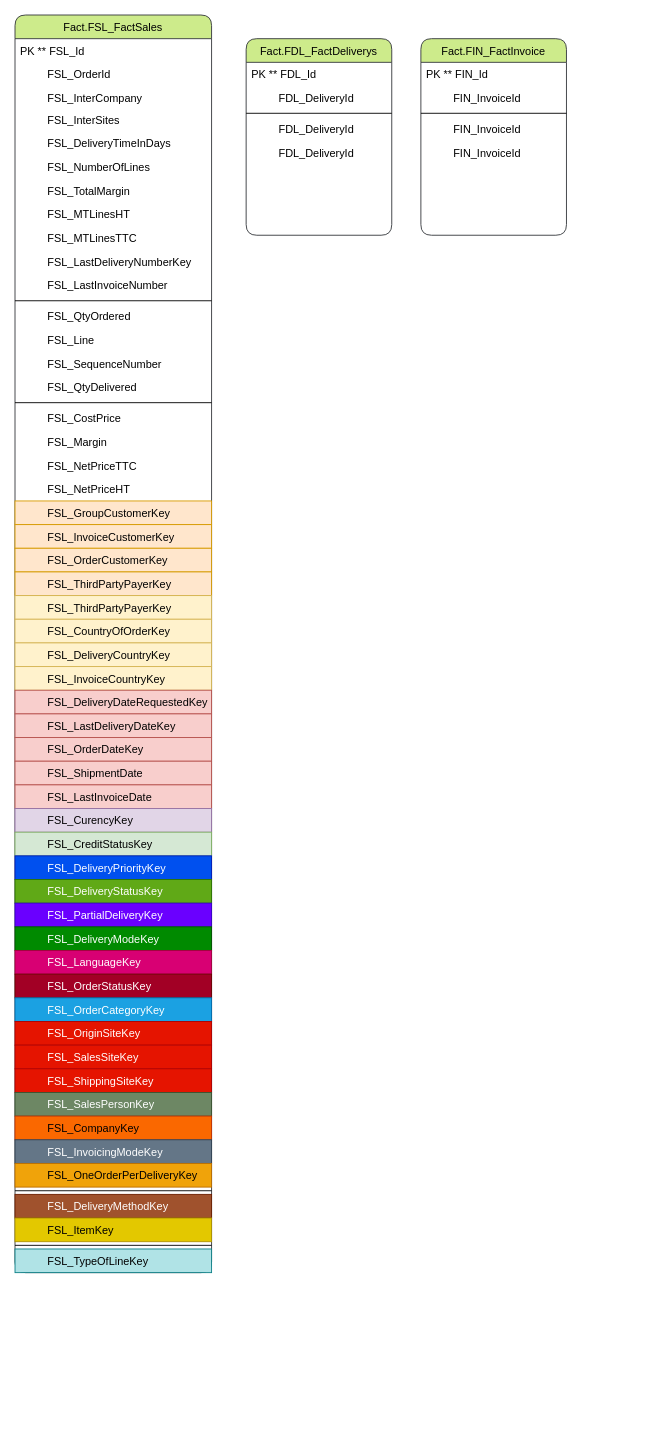
The draw.io diagram Diagramme sans nom.drawio in BorchaniMohamed/BI_PROJECT_PFE, before the edit. Source tidied: cells renumbered, new cells numbered last; positions are measured from the earlier drawing's top-left corner, leaving out a move shared by most shapes. Both pictures are drawn from the tidied source at 91%, with x=0, y=0 at pixel (15, 15).
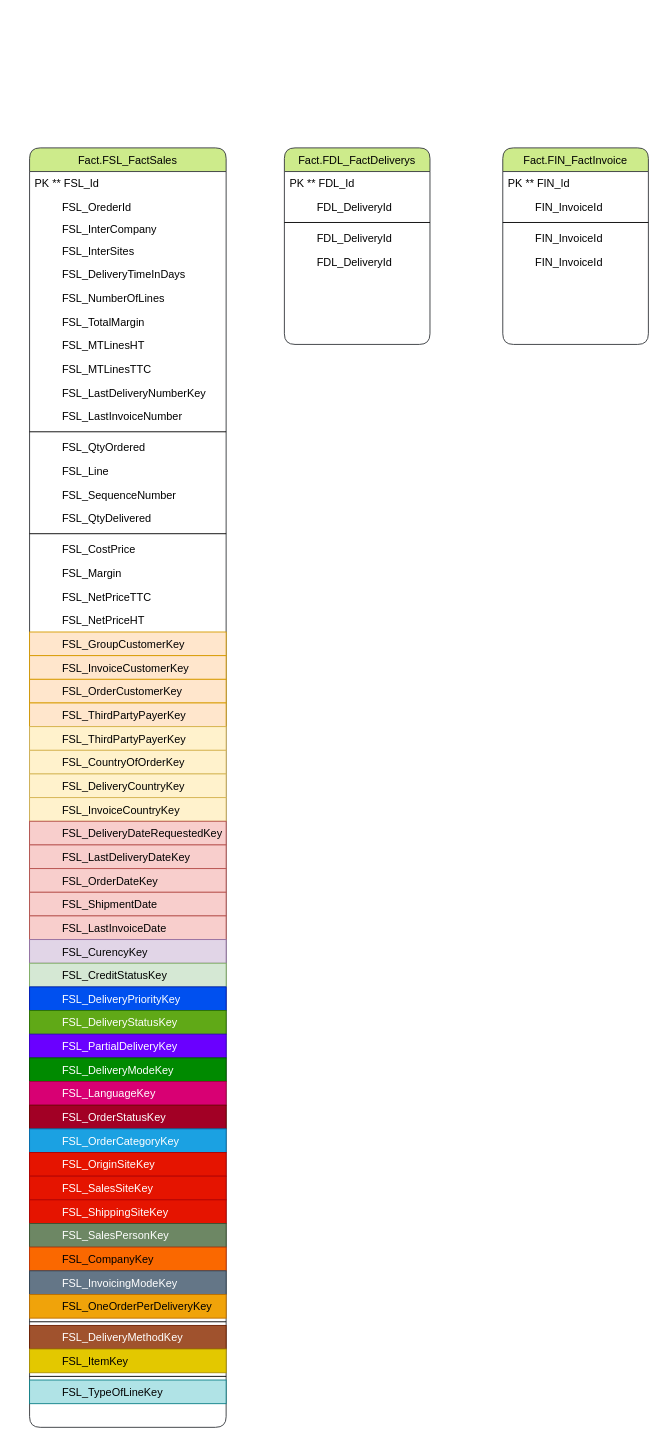
The same diagram, later.

Commit message (it also covers changes not shown here):
Mettre à jour Diagramme sans nom.drawio

What changed in the source:
```diff
@@
     <mxCell id="2" value="Fact.FDL_FactDeliverys" style="swimlane;fontStyle=0;align=center;verticalAlign=top;horizontal=1;startSize=26;rounded=1;shadow=0;strokeWidth=1;fillColor=#cdeb8b;strokeColor=#36393d;" parent="1" vertex="1">
-      <mxGeometry x="254" y="26" width="160" height="216" as="geometry" />
+      <mxGeometry x="296" y="146" width="160" height="216" as="geometry" />
     </mxCell>
@@
     <mxCell id="8" value="Fact.FIN_FactInvoice" style="swimlane;fontStyle=0;align=center;verticalAlign=top;horizontal=1;startSize=26;rounded=1;shadow=0;strokeWidth=1;fillColor=#cdeb8b;strokeColor=#36393d;" parent="1" vertex="1">
-      <mxGeometry x="446" y="26" width="160" height="216" as="geometry" />
+      <mxGeometry x="536" y="146" width="160" height="216" as="geometry" />
     </mxCell>
@@
     <mxCell id="14" value="Fact.FSL_FactSales" style="swimlane;fontStyle=0;align=center;verticalAlign=top;horizontal=1;startSize=26;rounded=1;shadow=0;strokeWidth=1;fillStyle=auto;fillColor=#cdeb8b;strokeColor=#36393d;" parent="1" vertex="1">
-      <mxGeometry width="216" height="1382" as="geometry" />
+      <mxGeometry x="16" y="146" width="216" height="1406" as="geometry" />
     </mxCell>
@@
-    <mxCell id="16" value="         FSL_OrderId" style="text;align=left;verticalAlign=top;spacingLeft=4;spacingRight=4;overflow=hidden;rounded=0;shadow=0;html=0;" parent="14" vertex="1">
-      <mxGeometry y="52" width="216" height="26" as="geometry" />
-    </mxCell>
+    <mxCell id="70" value="         FSL_OrederId" style="text;align=left;verticalAlign=top;spacingLeft=4;spacingRight=4;overflow=hidden;rounded=0;shadow=0;html=0;" parent="14" vertex="1">
+      <mxGeometry y="52" width="216" height="24" as="geometry" />
+    </mxCell>
     <mxCell id="17" value="         FSL_InterCompany" style="text;align=left;verticalAlign=top;spacingLeft=4;spacingRight=4;overflow=hidden;rounded=0;shadow=0;html=0;" parent="14" vertex="1">
-      <mxGeometry y="78" width="216" height="24" as="geometry" />
+      <mxGeometry y="76" width="216" height="24" as="geometry" />
     </mxCell>
     <mxCell id="18" value="         FSL_InterSites" style="text;align=left;verticalAlign=top;spacingLeft=4;spacingRight=4;overflow=hidden;rounded=0;shadow=0;html=0;" parent="14" vertex="1">
-      <mxGeometry y="102" width="216" height="26" as="geometry" />
+      <mxGeometry y="100" width="216" height="26" as="geometry" />
     </mxCell>
     <mxCell id="19" value="         FSL_DeliveryTimeInDays" style="text;align=left;verticalAlign=top;spacingLeft=4;spacingRight=4;overflow=hidden;rounded=0;shadow=0;html=0;" parent="14" vertex="1">
-      <mxGeometry y="128" width="216" height="26" as="geometry" />
+      <mxGeometry y="126" width="216" height="26" as="geometry" />
     </mxCell>
     <mxCell id="20" value="         FSL_NumberOfLines" style="text;align=left;verticalAlign=top;spacingLeft=4;spacingRight=4;overflow=hidden;rounded=0;shadow=0;html=0;" parent="14" vertex="1">
-      <mxGeometry y="154" width="216" height="26" as="geometry" />
+      <mxGeometry y="152" width="216" height="26" as="geometry" />
     </mxCell>
     <mxCell id="21" value="         FSL_TotalMargin" style="text;align=left;verticalAlign=top;spacingLeft=4;spacingRight=4;overflow=hidden;rounded=0;shadow=0;html=0;" parent="14" vertex="1">
-      <mxGeometry y="180" width="216" height="26" as="geometry" />
+      <mxGeometry y="178" width="216" height="26" as="geometry" />
     </mxCell>
     <mxCell id="22" value="         FSL_MTLinesHT" style="text;align=left;verticalAlign=top;spacingLeft=4;spacingRight=4;overflow=hidden;rounded=0;shadow=0;html=0;" parent="14" vertex="1">
-      <mxGeometry y="206" width="216" height="26" as="geometry" />
+      <mxGeometry y="204" width="216" height="26" as="geometry" />
     </mxCell>
     <mxCell id="23" value="         FSL_MTLinesTTC" style="text;align=left;verticalAlign=top;spacingLeft=4;spacingRight=4;overflow=hidden;rounded=0;shadow=0;html=0;" parent="14" vertex="1">
-      <mxGeometry y="232" width="216" height="26" as="geometry" />
+      <mxGeometry y="230" width="216" height="26" as="geometry" />
     </mxCell>
     <mxCell id="24" value="         FSL_LastDeliveryNumberKey" style="text;align=left;verticalAlign=top;spacingLeft=4;spacingRight=4;overflow=hidden;rounded=0;shadow=0;html=0;" parent="14" vertex="1">
-      <mxGeometry y="258" width="216" height="26" as="geometry" />
+      <mxGeometry y="256" width="216" height="26" as="geometry" />
     </mxCell>
     <mxCell id="25" value="         FSL_LastInvoiceNumber" style="text;align=left;verticalAlign=top;spacingLeft=4;spacingRight=4;overflow=hidden;rounded=0;shadow=0;html=0;" parent="14" vertex="1">
-      <mxGeometry y="284" width="216" height="26" as="geometry" />
+      <mxGeometry y="282" width="216" height="26" as="geometry" />
     </mxCell>
     <mxCell id="26" style="line;html=1;strokeWidth=1;align=left;verticalAlign=middle;spacingTop=-1;spacingLeft=3;spacingRight=3;labelPosition=right;" parent="14" vertex="1">
-      <mxGeometry y="310" width="216" height="8" as="geometry" />
+      <mxGeometry y="308" width="216" height="8" as="geometry" />
     </mxCell>
     <mxCell id="27" value="         FSL_QtyOrdered " style="text;align=left;verticalAlign=top;spacingLeft=4;spacingRight=4;overflow=hidden;rounded=0;shadow=0;html=0;" parent="14" vertex="1">
-      <mxGeometry y="318" width="216" height="26" as="geometry" />
+      <mxGeometry y="316" width="216" height="26" as="geometry" />
     </mxCell>
     <mxCell id="28" value="         FSL_Line " style="text;align=left;verticalAlign=top;spacingLeft=4;spacingRight=4;overflow=hidden;rounded=0;shadow=0;html=0;" parent="14" vertex="1">
-      <mxGeometry y="344" width="216" height="26" as="geometry" />
+      <mxGeometry y="342" width="216" height="26" as="geometry" />
     </mxCell>
     <mxCell id="29" value="         FSL_SequenceNumber " style="text;align=left;verticalAlign=top;spacingLeft=4;spacingRight=4;overflow=hidden;rounded=0;shadow=0;html=0;" parent="14" vertex="1">
-      <mxGeometry y="370" width="216" height="26" as="geometry" />
+      <mxGeometry y="368" width="216" height="26" as="geometry" />
     </mxCell>
     <mxCell id="30" value="         FSL_QtyDelivered " style="text;align=left;verticalAlign=top;spacingLeft=4;spacingRight=4;overflow=hidden;rounded=0;shadow=0;html=0;" parent="14" vertex="1">
-      <mxGeometry y="396" width="216" height="26" as="geometry" />
+      <mxGeometry y="394" width="216" height="26" as="geometry" />
     </mxCell>
     <mxCell id="31" style="line;html=1;strokeWidth=1;align=left;verticalAlign=middle;spacingTop=-1;spacingLeft=3;spacingRight=3;labelPosition=right;" parent="14" vertex="1">
-      <mxGeometry y="422" width="216" height="8" as="geometry" />
+      <mxGeometry y="420" width="216" height="8" as="geometry" />
     </mxCell>
     <mxCell id="32" value="         FSL_CostPrice " style="text;align=left;verticalAlign=top;spacingLeft=4;spacingRight=4;overflow=hidden;rounded=0;shadow=0;html=0;" parent="14" vertex="1">
-      <mxGeometry y="430" width="216" height="26" as="geometry" />
+      <mxGeometry y="428" width="216" height="26" as="geometry" />
     </mxCell>
     <mxCell id="33" value="         FSL_Margin" style="text;align=left;verticalAlign=top;spacingLeft=4;spacingRight=4;overflow=hidden;rounded=0;shadow=0;html=0;" parent="14" vertex="1">
-      <mxGeometry y="456" width="216" height="26" as="geometry" />
+      <mxGeometry y="454" width="216" height="26" as="geometry" />
     </mxCell>
     <mxCell id="34" value="         FSL_NetPriceTTC " style="text;align=left;verticalAlign=top;spacingLeft=4;spacingRight=4;overflow=hidden;rounded=0;shadow=0;html=0;" parent="14" vertex="1">
-      <mxGeometry y="482" width="216" height="26" as="geometry" />
+      <mxGeometry y="480" width="216" height="26" as="geometry" />
     </mxCell>
     <mxCell id="35" value="         FSL_NetPriceHT " style="text;align=left;verticalAlign=top;spacingLeft=4;spacingRight=4;overflow=hidden;rounded=0;shadow=0;html=0;" parent="14" vertex="1">
-      <mxGeometry y="508" width="216" height="26" as="geometry" />
+      <mxGeometry y="506" width="216" height="26" as="geometry" />
     </mxCell>
     <mxCell id="36" value="         FSL_GroupCustomerKey" style="text;align=left;verticalAlign=top;spacingLeft=4;spacingRight=4;overflow=hidden;rounded=0;shadow=0;html=0;fillColor=#ffe6cc;strokeColor=#d79b00;" parent="14" vertex="1">
-      <mxGeometry y="534" width="216" height="26" as="geometry" />
+      <mxGeometry y="532" width="216" height="26" as="geometry" />
     </mxCell>
     <mxCell id="37" value="         FSL_InvoiceCustomerKey" style="text;align=left;verticalAlign=top;spacingLeft=4;spacingRight=4;overflow=hidden;rounded=0;shadow=0;html=0;fillColor=#ffe6cc;strokeColor=#d79b00;" parent="14" vertex="1">
-      <mxGeometry y="560" width="216" height="26" as="geometry" />
+      <mxGeometry y="558" width="216" height="26" as="geometry" />
     </mxCell>
     <mxCell id="38" value="         FSL_OrderCustomerKey" style="text;align=left;verticalAlign=top;spacingLeft=4;spacingRight=4;overflow=hidden;rounded=0;shadow=0;html=0;fillColor=#ffe6cc;strokeColor=#d79b00;" parent="14" vertex="1">
-      <mxGeometry y="586" width="216" height="26" as="geometry" />
+      <mxGeometry y="584" width="216" height="26" as="geometry" />
     </mxCell>
     <mxCell id="39" value="         FSL_ThirdPartyPayerKey" style="text;align=left;verticalAlign=top;spacingLeft=4;spacingRight=4;overflow=hidden;rounded=0;shadow=0;html=0;fillColor=#ffe6cc;strokeColor=#d79b00;" parent="14" vertex="1">
-      <mxGeometry y="612" width="216" height="26" as="geometry" />
+      <mxGeometry y="610" width="216" height="26" as="geometry" />
     </mxCell>
     <mxCell id="40" value="         FSL_ThirdPartyPayerKey" style="text;align=left;verticalAlign=top;spacingLeft=4;spacingRight=4;overflow=hidden;rounded=0;shadow=0;html=0;fillColor=#fff2cc;strokeColor=#d6b656;" parent="14" vertex="1">
-      <mxGeometry y="638" width="216" height="26" as="geometry" />
+      <mxGeometry y="636" width="216" height="26" as="geometry" />
     </mxCell>
     <mxCell id="41" value="         FSL_CountryOfOrderKey" style="text;align=left;verticalAlign=top;spacingLeft=4;spacingRight=4;overflow=hidden;rounded=0;shadow=0;html=0;fillColor=#fff2cc;strokeColor=#d6b656;" parent="14" vertex="1">
-      <mxGeometry y="664" width="216" height="26" as="geometry" />
+      <mxGeometry y="662" width="216" height="26" as="geometry" />
     </mxCell>
     <mxCell id="42" value="         FSL_DeliveryCountryKey" style="text;align=left;verticalAlign=top;spacingLeft=4;spacingRight=4;overflow=hidden;rounded=0;shadow=0;html=0;fillColor=#fff2cc;strokeColor=#d6b656;" parent="14" vertex="1">
-      <mxGeometry y="690" width="216" height="26" as="geometry" />
+      <mxGeometry y="688" width="216" height="26" as="geometry" />
     </mxCell>
     <mxCell id="43" value="         FSL_InvoiceCountryKey" style="text;align=left;verticalAlign=top;spacingLeft=4;spacingRight=4;overflow=hidden;rounded=0;shadow=0;html=0;fillColor=#fff2cc;strokeColor=#d6b656;" parent="14" vertex="1">
-      <mxGeometry y="716" width="216" height="26" as="geometry" />
+      <mxGeometry y="714" width="216" height="26" as="geometry" />
     </mxCell>
     <mxCell id="44" value="         FSL_DeliveryDateRequestedKey" style="text;align=left;verticalAlign=top;spacingLeft=4;spacingRight=4;overflow=hidden;rounded=0;shadow=0;html=0;fillColor=#f8cecc;strokeColor=#b85450;" parent="14" vertex="1">
-      <mxGeometry y="742" width="216" height="26" as="geometry" />
+      <mxGeometry y="740" width="216" height="26" as="geometry" />
     </mxCell>
     <mxCell id="45" value="         FSL_LastDeliveryDateKey" style="text;align=left;verticalAlign=top;spacingLeft=4;spacingRight=4;overflow=hidden;rounded=0;shadow=0;html=0;fillColor=#f8cecc;strokeColor=#b85450;" parent="14" vertex="1">
-      <mxGeometry y="768" width="216" height="26" as="geometry" />
+      <mxGeometry y="766" width="216" height="26" as="geometry" />
     </mxCell>
     <mxCell id="46" value="         FSL_OrderDateKey" style="text;align=left;verticalAlign=top;spacingLeft=4;spacingRight=4;overflow=hidden;rounded=0;shadow=0;html=0;fillColor=#f8cecc;strokeColor=#b85450;" parent="14" vertex="1">
-      <mxGeometry y="794" width="216" height="26" as="geometry" />
+      <mxGeometry y="792" width="216" height="26" as="geometry" />
     </mxCell>
     <mxCell id="47" value="         FSL_ShipmentDate" style="text;align=left;verticalAlign=top;spacingLeft=4;spacingRight=4;overflow=hidden;rounded=0;shadow=0;html=0;fillColor=#f8cecc;strokeColor=#b85450;" parent="14" vertex="1">
-      <mxGeometry y="820" width="216" height="26" as="geometry" />
+      <mxGeometry y="818" width="216" height="26" as="geometry" />
     </mxCell>
     <mxCell id="48" value="         FSL_LastInvoiceDate" style="text;align=left;verticalAlign=top;spacingLeft=4;spacingRight=4;overflow=hidden;rounded=0;shadow=0;html=0;fillColor=#f8cecc;strokeColor=#b85450;" parent="14" vertex="1">
-      <mxGeometry y="846" width="216" height="26" as="geometry" />
+      <mxGeometry y="844" width="216" height="26" as="geometry" />
     </mxCell>
     <mxCell id="49" value="         FSL_CurencyKey" style="text;align=left;verticalAlign=top;spacingLeft=4;spacingRight=4;overflow=hidden;rounded=0;shadow=0;html=0;fillColor=#e1d5e7;strokeColor=#9673a6;" parent="14" vertex="1">
-      <mxGeometry y="872" width="216" height="26" as="geometry" />
+      <mxGeometry y="870" width="216" height="26" as="geometry" />
     </mxCell>
     <mxCell id="50" value="         FSL_CreditStatusKey" style="text;align=left;verticalAlign=top;spacingLeft=4;spacingRight=4;overflow=hidden;rounded=0;shadow=0;html=0;fillColor=#d5e8d4;strokeColor=#82b366;" parent="14" vertex="1">
-      <mxGeometry y="898" width="216" height="26" as="geometry" />
+      <mxGeometry y="896" width="216" height="26" as="geometry" />
     </mxCell>
     <mxCell id="51" value="         FSL_DeliveryPriorityKey" style="text;align=left;verticalAlign=top;spacingLeft=4;spacingRight=4;overflow=hidden;rounded=0;shadow=0;html=0;fillColor=#0050ef;strokeColor=#001DBC;fontColor=#ffffff;" parent="14" vertex="1">
-      <mxGeometry y="924" width="216" height="26" as="geometry" />
+      <mxGeometry y="922" width="216" height="26" as="geometry" />
     </mxCell>
     <mxCell id="52" value="         FSL_DeliveryStatusKey" style="text;align=left;verticalAlign=top;spacingLeft=4;spacingRight=4;overflow=hidden;rounded=0;shadow=0;html=0;fillColor=#60a917;strokeColor=#2D7600;fontColor=#ffffff;" parent="14" vertex="1">
-      <mxGeometry y="950" width="216" height="26" as="geometry" />
+      <mxGeometry y="948" width="216" height="26" as="geometry" />
     </mxCell>
     <mxCell id="53" value="         FSL_PartialDeliveryKey" style="text;align=left;verticalAlign=top;spacingLeft=4;spacingRight=4;overflow=hidden;rounded=0;shadow=0;html=0;fillColor=#6a00ff;strokeColor=#3700CC;fontColor=#ffffff;" parent="14" vertex="1">
-      <mxGeometry y="976" width="216" height="26" as="geometry" />
+      <mxGeometry y="974" width="216" height="26" as="geometry" />
     </mxCell>
     <mxCell id="54" value="         FSL_DeliveryModeKey" style="text;align=left;verticalAlign=top;spacingLeft=4;spacingRight=4;overflow=hidden;rounded=0;shadow=0;html=0;fillColor=#008a00;strokeColor=#005700;fontColor=#ffffff;" parent="14" vertex="1">
-      <mxGeometry y="1002" width="216" height="26" as="geometry" />
+      <mxGeometry y="1000" width="216" height="26" as="geometry" />
     </mxCell>
     <mxCell id="55" value="         FSL_LanguageKey" style="text;align=left;verticalAlign=top;spacingLeft=4;spacingRight=4;overflow=hidden;rounded=0;shadow=0;html=0;fillColor=#d80073;strokeColor=#A50040;fontColor=#ffffff;" parent="14" vertex="1">
-      <mxGeometry y="1028" width="216" height="26" as="geometry" />
+      <mxGeometry y="1026" width="216" height="26" as="geometry" />
     </mxCell>
     <mxCell id="56" value="         FSL_OrderStatusKey" style="text;align=left;verticalAlign=top;spacingLeft=4;spacingRight=4;overflow=hidden;rounded=0;shadow=0;html=0;fillColor=#a20025;strokeColor=#6F0000;fontColor=#ffffff;" parent="14" vertex="1">
-      <mxGeometry y="1054" width="216" height="26" as="geometry" />
+      <mxGeometry y="1052" width="216" height="26" as="geometry" />
     </mxCell>
     <mxCell id="57" value="         FSL_OrderCategoryKey" style="text;align=left;verticalAlign=top;spacingLeft=4;spacingRight=4;overflow=hidden;rounded=0;shadow=0;html=0;fillColor=#1ba1e2;strokeColor=#006EAF;fontColor=#ffffff;" parent="14" vertex="1">
-      <mxGeometry y="1080" width="216" height="26" as="geometry" />
+      <mxGeometry y="1078" width="216" height="26" as="geometry" />
     </mxCell>
     <mxCell id="58" value="         FSL_OriginSiteKey" style="text;align=left;verticalAlign=top;spacingLeft=4;spacingRight=4;overflow=hidden;rounded=0;shadow=0;html=0;fillColor=#e51400;strokeColor=#B20000;fontColor=#ffffff;" parent="14" vertex="1">
-      <mxGeometry y="1106" width="216" height="26" as="geometry" />
+      <mxGeometry y="1104" width="216" height="26" as="geometry" />
     </mxCell>
     <mxCell id="59" value="         FSL_SalesSiteKey" style="text;align=left;verticalAlign=top;spacingLeft=4;spacingRight=4;overflow=hidden;rounded=0;shadow=0;html=0;fillColor=#e51400;strokeColor=#B20000;fontColor=#ffffff;" parent="14" vertex="1">
-      <mxGeometry y="1132" width="216" height="26" as="geometry" />
+      <mxGeometry y="1130" width="216" height="26" as="geometry" />
     </mxCell>
     <mxCell id="60" value="         FSL_ShippingSiteKey" style="text;align=left;verticalAlign=top;spacingLeft=4;spacingRight=4;overflow=hidden;rounded=0;shadow=0;html=0;fillColor=#e51400;strokeColor=#B20000;fontColor=#ffffff;" parent="14" vertex="1">
-      <mxGeometry y="1158" width="216" height="26" as="geometry" />
+      <mxGeometry y="1156" width="216" height="26" as="geometry" />
     </mxCell>
     <mxCell id="61" value="         FSL_SalesPersonKey" style="text;align=left;verticalAlign=top;spacingLeft=4;spacingRight=4;overflow=hidden;rounded=0;shadow=0;html=0;fillColor=#6d8764;strokeColor=#3A5431;fontColor=#ffffff;" parent="14" vertex="1">
-      <mxGeometry y="1184" width="216" height="26" as="geometry" />
+      <mxGeometry y="1182" width="216" height="26" as="geometry" />
     </mxCell>
     <mxCell id="62" value="         FSL_CompanyKey" style="text;align=left;verticalAlign=top;spacingLeft=4;spacingRight=4;overflow=hidden;rounded=0;shadow=0;html=0;fillColor=#fa6800;strokeColor=#C73500;fontColor=#000000;" parent="14" vertex="1">
-      <mxGeometry y="1210" width="216" height="26" as="geometry" />
+      <mxGeometry y="1208" width="216" height="26" as="geometry" />
     </mxCell>
     <mxCell id="63" value="         FSL_InvoicingModeKey" style="text;align=left;verticalAlign=top;spacingLeft=4;spacingRight=4;overflow=hidden;rounded=0;shadow=0;html=0;fillColor=#647687;strokeColor=#314354;fontColor=#ffffff;" parent="14" vertex="1">
-      <mxGeometry y="1236" width="216" height="26" as="geometry" />
+      <mxGeometry y="1234" width="216" height="26" as="geometry" />
     </mxCell>
     <mxCell id="64" value="         FSL_OneOrderPerDeliveryKey" style="text;align=left;verticalAlign=top;spacingLeft=4;spacingRight=4;overflow=hidden;rounded=0;shadow=0;html=0;fillColor=#f0a30a;strokeColor=#BD7000;fontColor=#000000;" parent="14" vertex="1">
-      <mxGeometry y="1262" width="216" height="26" as="geometry" />
+      <mxGeometry y="1260" width="216" height="26" as="geometry" />
     </mxCell>
     <mxCell id="65" style="line;html=1;strokeWidth=1;align=left;verticalAlign=middle;spacingTop=-1;spacingLeft=3;spacingRight=3;labelPosition=right;" parent="14" vertex="1">
-      <mxGeometry y="1288" width="216" height="8" as="geometry" />
+      <mxGeometry y="1286" width="216" height="8" as="geometry" />
     </mxCell>
     <mxCell id="66" value="         FSL_DeliveryMethodKey " style="text;align=left;verticalAlign=top;spacingLeft=4;spacingRight=4;overflow=hidden;rounded=0;shadow=0;html=0;fillColor=#a0522d;fontColor=#ffffff;strokeColor=#6D1F00;" parent="14" vertex="1">
-      <mxGeometry y="1296" width="216" height="26" as="geometry" />
+      <mxGeometry y="1294" width="216" height="26" as="geometry" />
     </mxCell>
     <mxCell id="67" value="         FSL_ItemKey " style="text;align=left;verticalAlign=top;spacingLeft=4;spacingRight=4;overflow=hidden;rounded=0;shadow=0;html=0;fillColor=#e3c800;fontColor=#000000;strokeColor=#B09500;" parent="14" vertex="1">
-      <mxGeometry y="1322" width="216" height="26" as="geometry" />
+      <mxGeometry y="1320" width="216" height="26" as="geometry" />
     </mxCell>
     <mxCell id="68" style="line;html=1;strokeWidth=1;align=left;verticalAlign=middle;spacingTop=-1;spacingLeft=3;spacingRight=3;labelPosition=right;" parent="14" vertex="1">
-      <mxGeometry y="1348" width="216" height="8" as="geometry" />
+      <mxGeometry y="1346" width="216" height="8" as="geometry" />
     </mxCell>
     <mxCell id="69" value="         FSL_TypeOfLineKey " style="text;align=left;verticalAlign=top;spacingLeft=4;spacingRight=4;overflow=hidden;rounded=0;shadow=0;html=0;fillColor=#b0e3e6;strokeColor=#0e8088;" parent="14" vertex="1">
-      <mxGeometry y="1356" width="216" height="26" as="geometry" />
+      <mxGeometry y="1354" width="216" height="26" as="geometry" />
     </mxCell>
```
